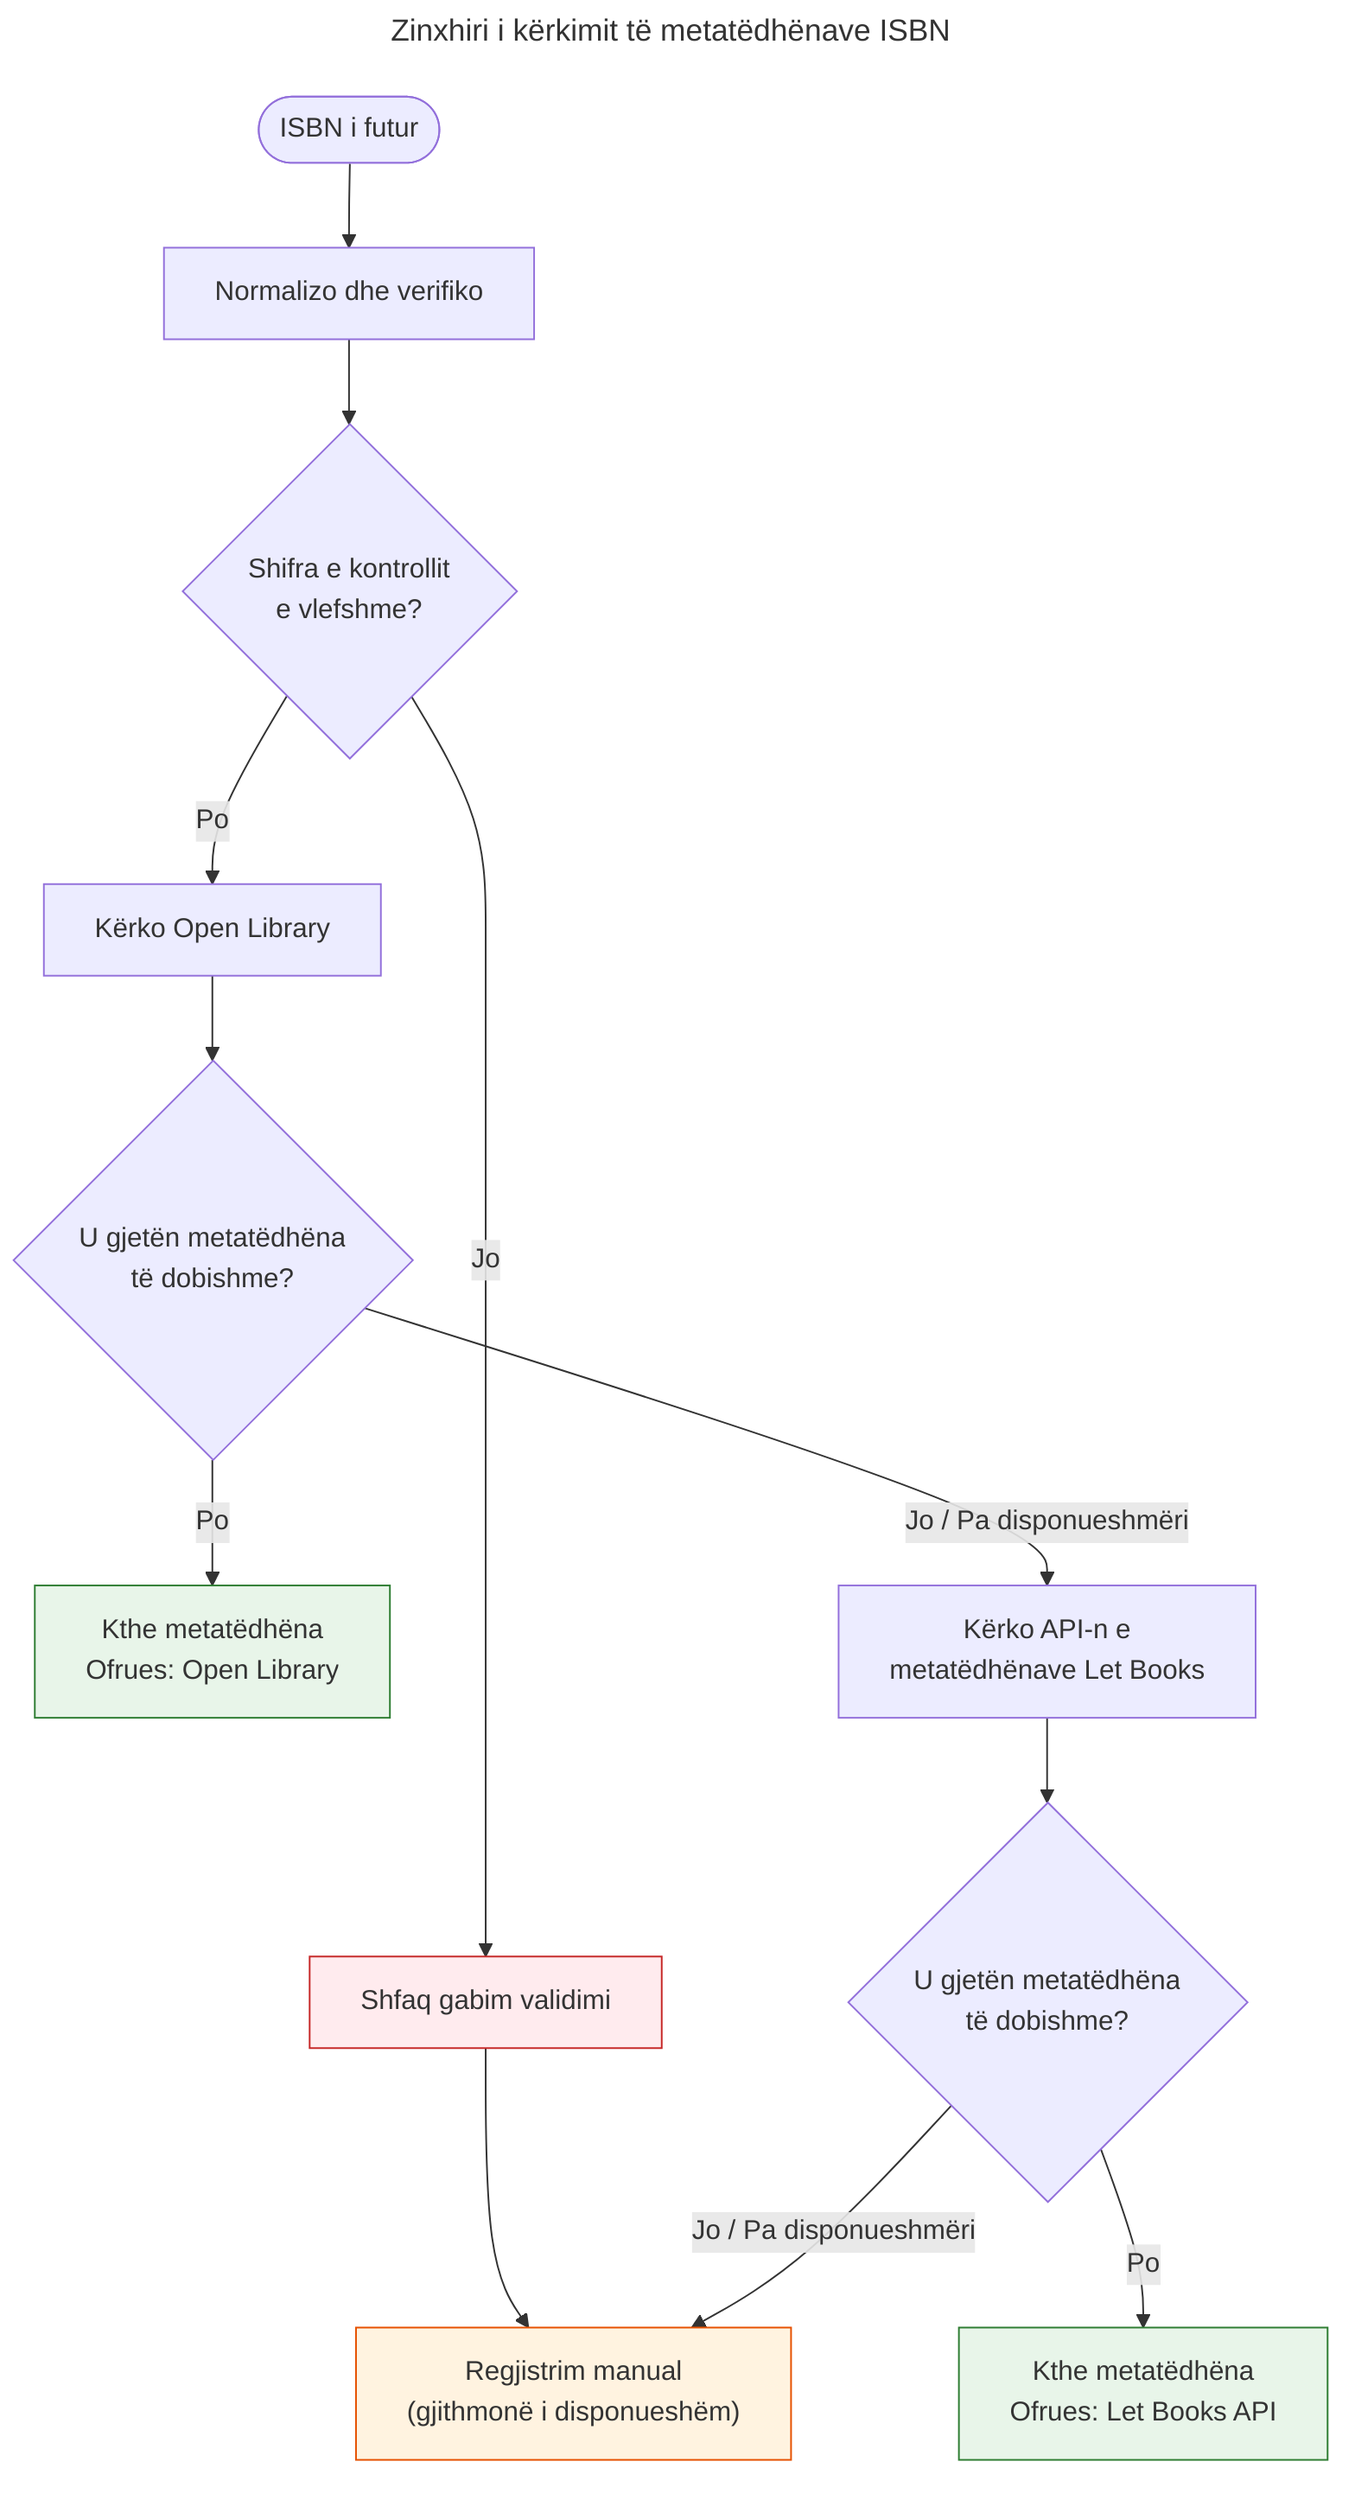
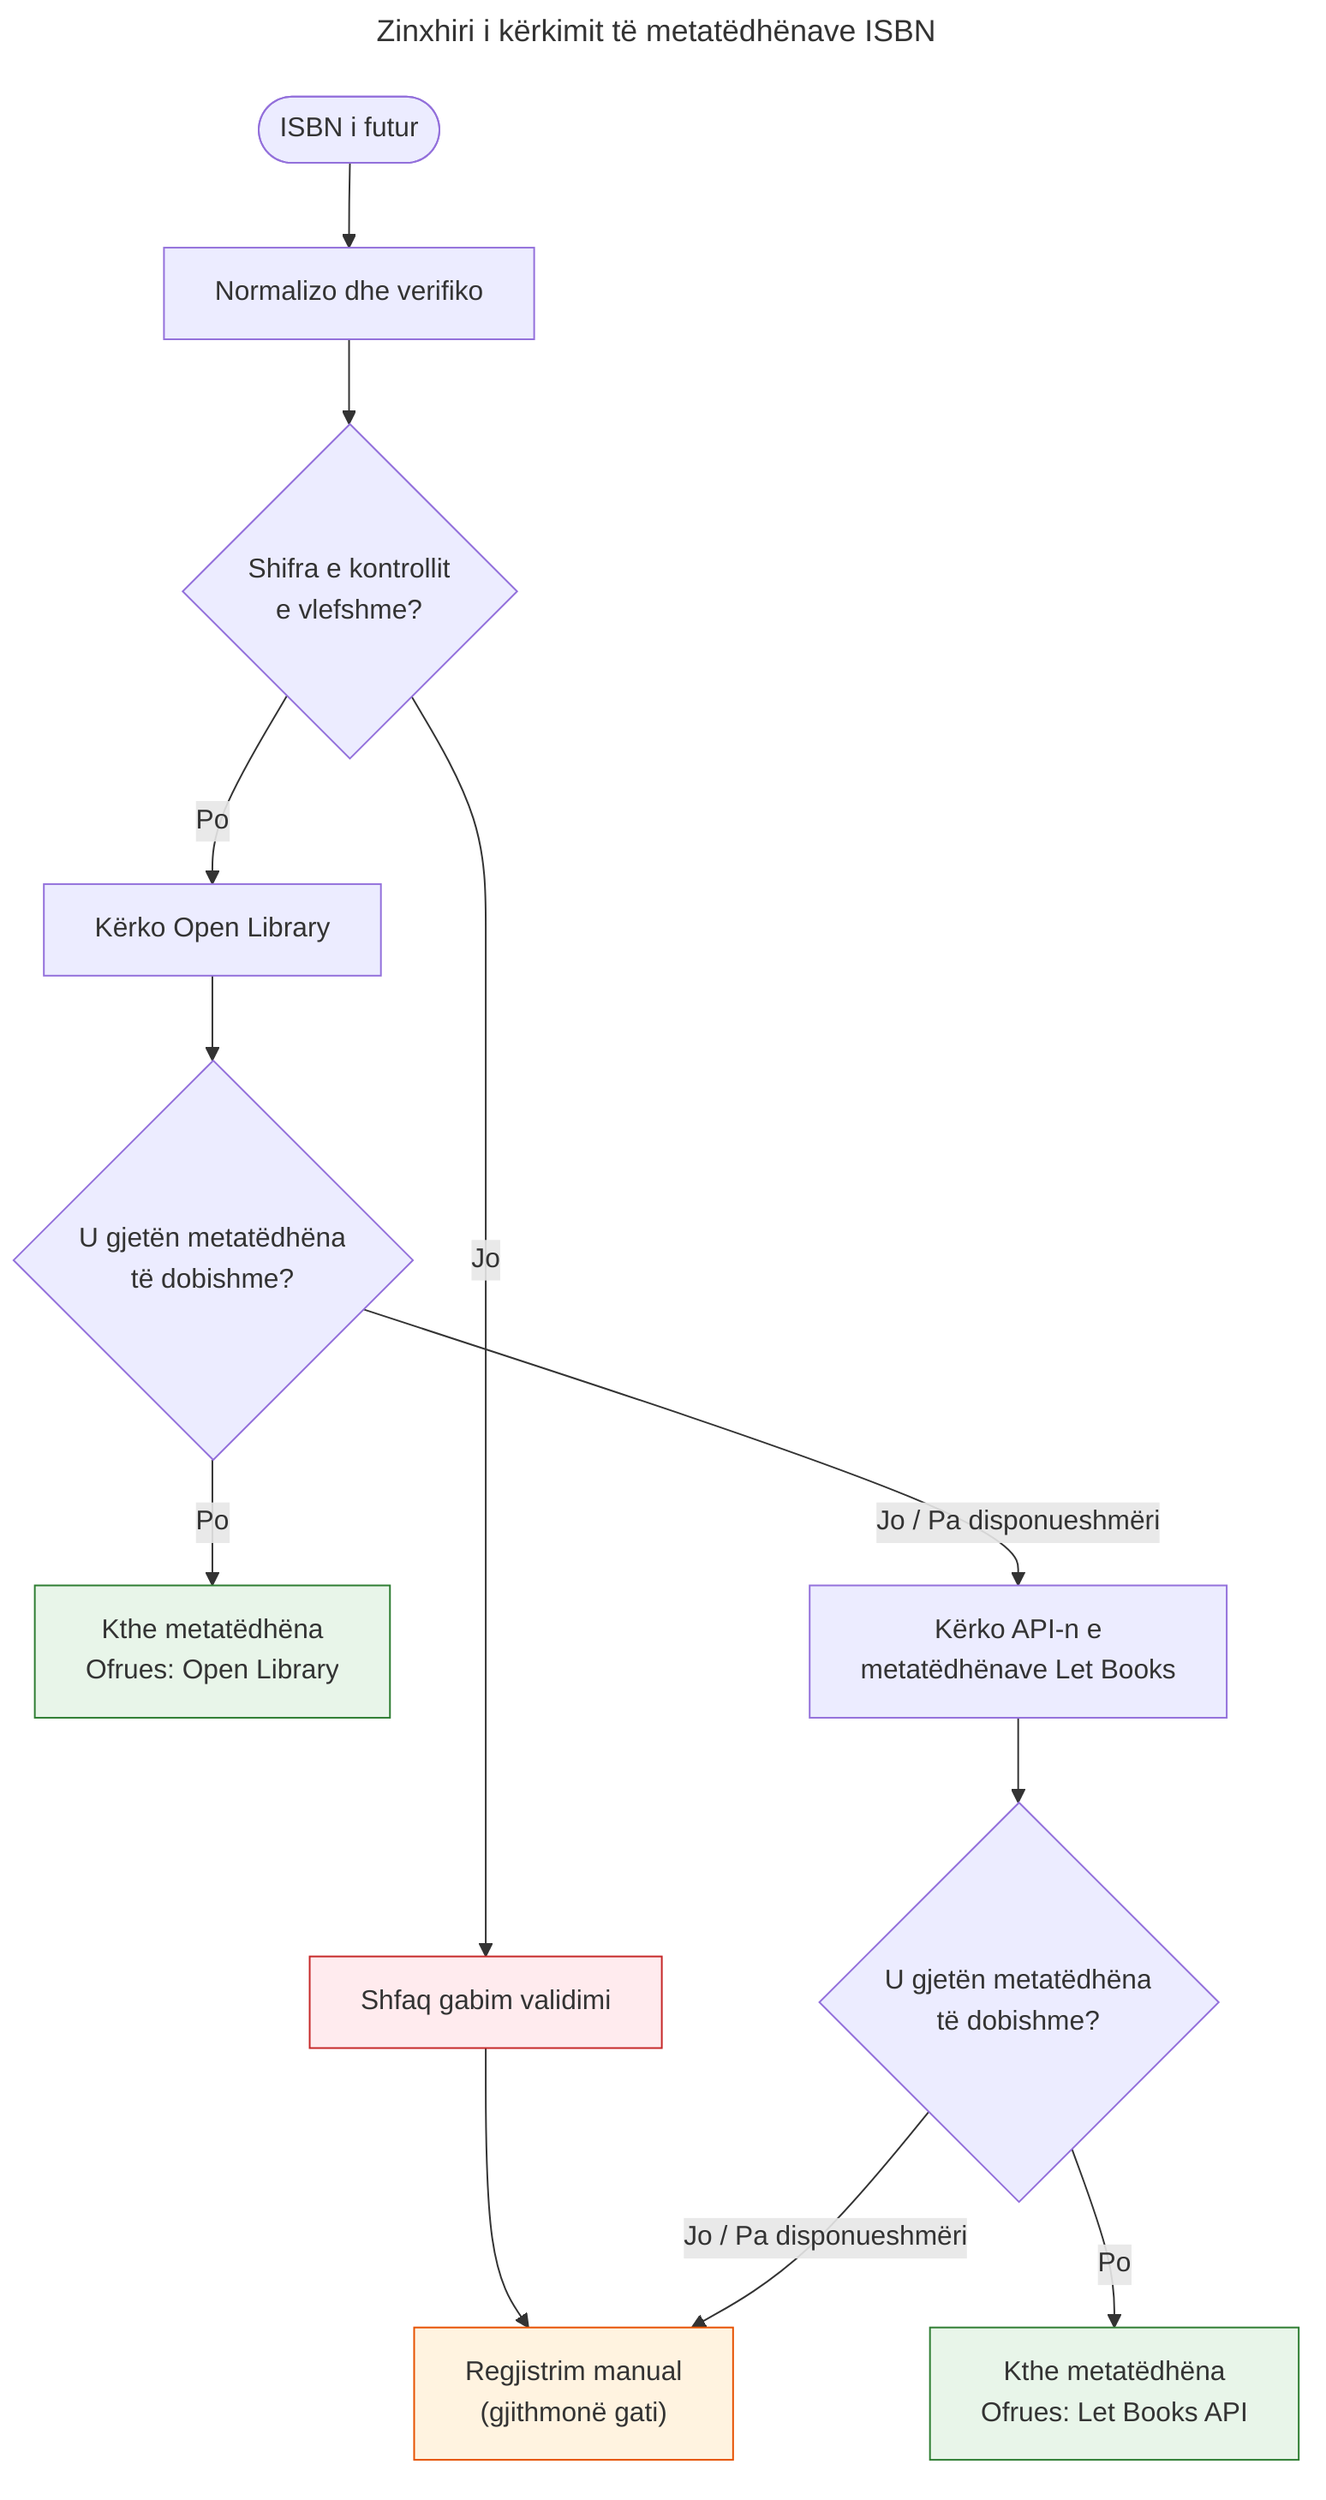
---
title: Zinxhiri i kërkimit të metatëdhënave ISBN
---
flowchart TD
    A(["ISBN i futur"]) --> B[Normalizo dhe verifiko]
    B --> C{Shifra e kontrollit<br/>e vlefshme?}
    C -->|Jo| D["Shfaq gabim validimi"]
-     D --> E["Regjistrim manual<br/>(gjithmonë i disponueshëm)"]
+     D --> E["Regjistrim manual<br/>(gjithmonë gati)"]
    C -->|Po| F["Kërko Open Library"]
    F --> G{U gjetën metatëdhëna<br/>të dobishme?}
    G -->|Po| H["Kthe metatëdhëna<br/>Ofrues: Open Library"]
    G -->|Jo / Pa disponueshmëri| I["Kërko API-n e<br/>metatëdhënave Let Books"]
    I --> J{U gjetën metatëdhëna<br/>të dobishme?}
    J -->|Po| K["Kthe metatëdhëna<br/>Ofrues: Let Books API"]
    J -->|Jo / Pa disponueshmëri| E

    style H fill:#e8f5e9,stroke:#2e7d32
    style K fill:#e8f5e9,stroke:#2e7d32
    style E fill:#fff3e0,stroke:#e65100
    style D fill:#ffebee,stroke:#c62828
